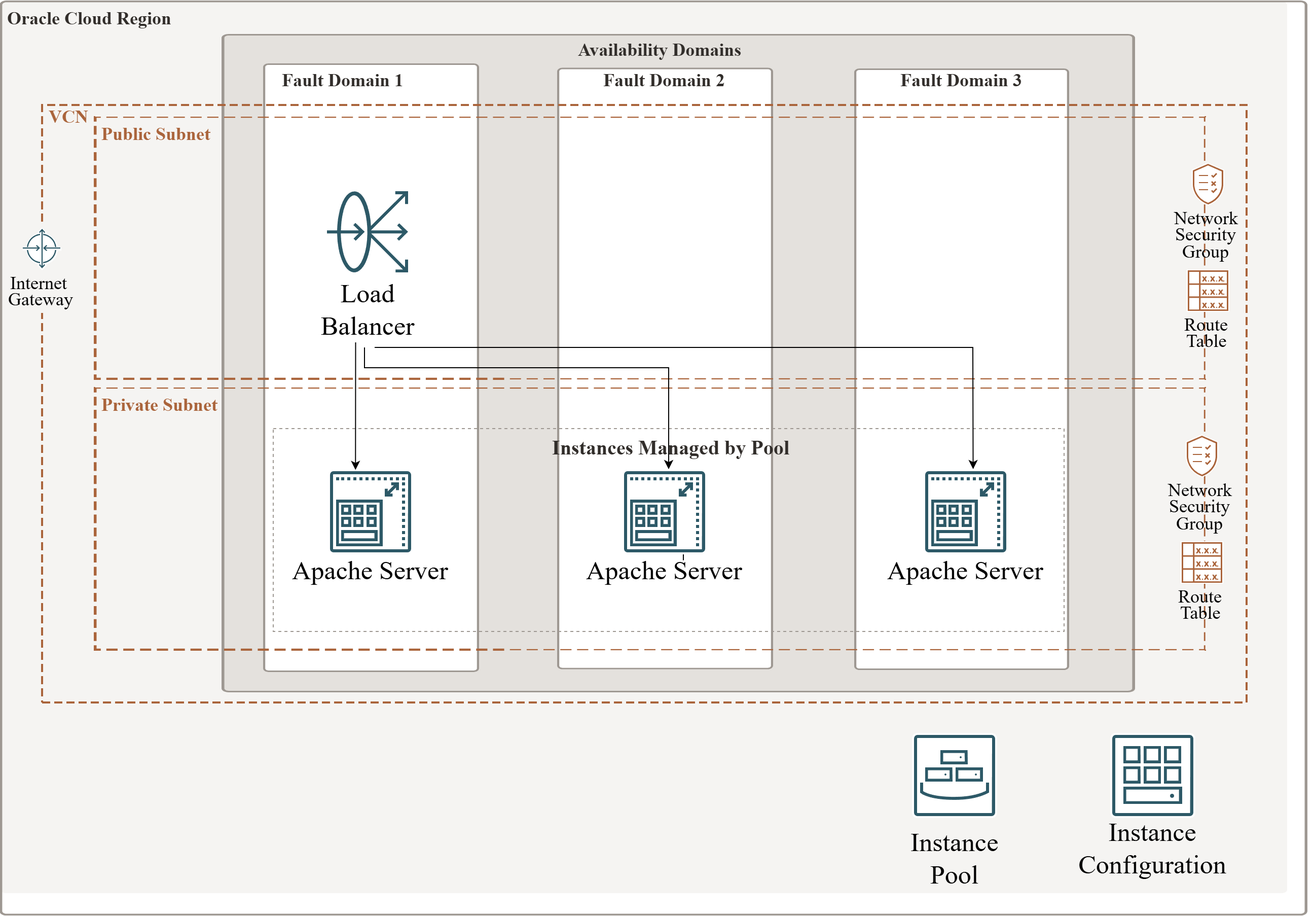
The draw.io diagram oci-instance-pools.png in mamonaco1973/oci-instance-pool, before a commit. Source tidied: cells renumbered, new cells last; positions are measured from the earlier drawing's top-left corner, leaving out a move shared by most shapes.
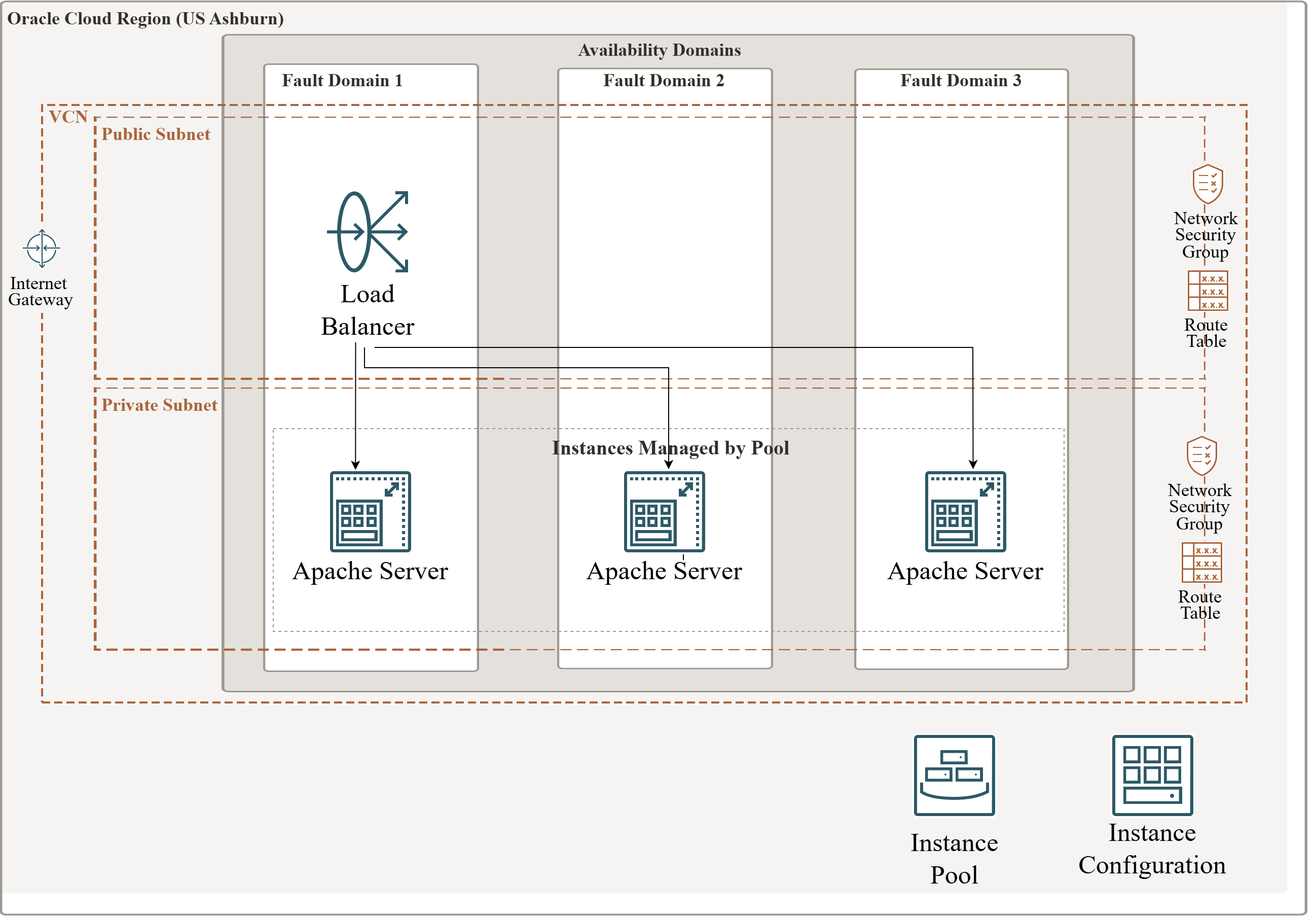
After the commit.

The edit, as a diff of the source:
```diff
@@ -17,7 +17,7 @@
     <mxCell id="6" style="vsdxID=4;fillColor=#f5f4f2;gradientColor=none;shape=(stored shape, 304 characters);strokeColor=none;spacingTop=-3;spacingBottom=-3;spacingLeft=-3;spacingRight=-3;labelBackgroundColor=none;rounded=0;html=1;whiteSpace=wrap;fontSize=18;" parent="1" vertex="1">
       <mxGeometry x="1" y="1" width="1269" height="879" as="geometry" />
     </mxCell>
-    <mxCell id="7" value="&lt;div&gt;&lt;p style=&quot;align:left;margin-left:0;margin-right:0;margin-top:0px;margin-bottom:0px;text-indent:0;valign:middle;direction:ltr;&quot;&gt;&lt;font style=&quot;font-family: &amp;quot;Oracle Sans&amp;quot;; color: rgb(49, 45, 42); direction: ltr; letter-spacing: 0px; line-height: 120%; opacity: 1;&quot;&gt;&lt;b&gt;Oracle Cloud Region&lt;br&gt;&lt;/b&gt;&lt;/font&gt;&lt;/p&gt;&lt;/div&gt;" style="verticalAlign=middle;align=left;vsdxID=5;fillColor=none;gradientColor=none;shape=(stored shape, 160 characters);strokeColor=none;spacingTop=-3;spacingBottom=-3;spacingLeft=-3;spacingRight=-3;labelBackgroundColor=none;rounded=0;html=1;whiteSpace=wrap;fontSize=18;" parent="1" vertex="1">
+    <mxCell id="7" value="&lt;div&gt;&lt;p style=&quot;align:left;margin-left:0;margin-right:0;margin-top:0px;margin-bottom:0px;text-indent:0;valign:middle;direction:ltr;&quot;&gt;&lt;font style=&quot;font-family: &amp;quot;Oracle Sans&amp;quot;; color: rgb(49, 45, 42); direction: ltr; letter-spacing: 0px; line-height: 120%; opacity: 1;&quot;&gt;&lt;b&gt;Oracle Cloud Region (US Ashburn)&lt;br&gt;&lt;/b&gt;&lt;/font&gt;&lt;/p&gt;&lt;/div&gt;" style="verticalAlign=middle;align=left;vsdxID=5;fillColor=none;gradientColor=none;shape=(stored shape, 160 characters);strokeColor=none;spacingTop=-3;spacingBottom=-3;spacingLeft=-3;spacingRight=-3;labelBackgroundColor=none;rounded=0;html=1;whiteSpace=wrap;fontSize=18;" parent="1" vertex="1">
       <mxGeometry x="9" y="8" width="321" height="20" as="geometry" />
     </mxCell>
     <mxCell id="8" style="vsdxID=6;fillColor=#9e9892;gradientColor=none;shape=(stored shape, 540 characters);strokeColor=none;spacingTop=-3;spacingBottom=-3;spacingLeft=-3;spacingRight=-3;labelBackgroundColor=none;rounded=0;html=1;whiteSpace=wrap;fontSize=18;" parent="1" vertex="1">
```
